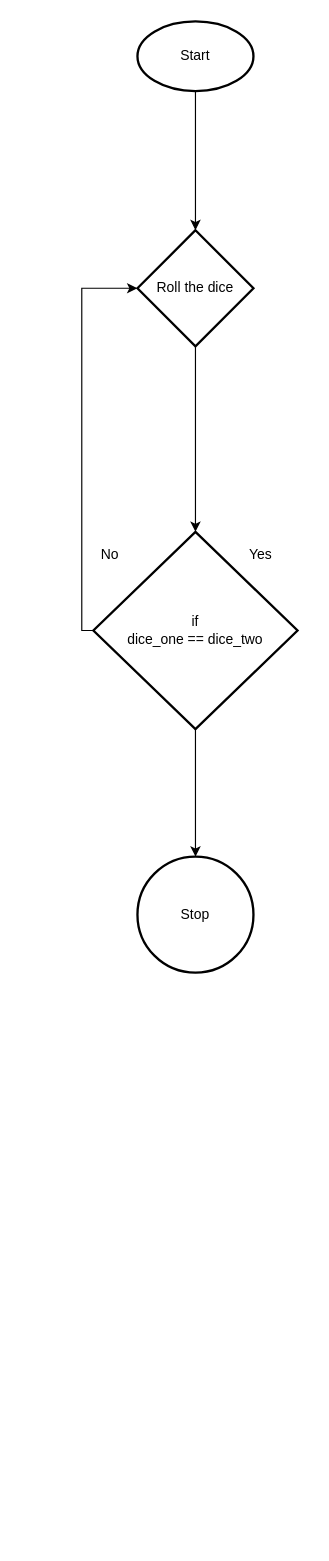
The draw.io diagram Flow-Chart.drawio in huihangisaac-ho/ICS3U-Assignment5-Python, before the edit. Source tidied: cells renumbered, new cells numbered last; positions are measured from the earlier drawing's top-left corner, leaving out a move shared by most shapes. Both pictures are drawn from the tidied source at 116%, with x=0, y=0 at pixel (92, 21).
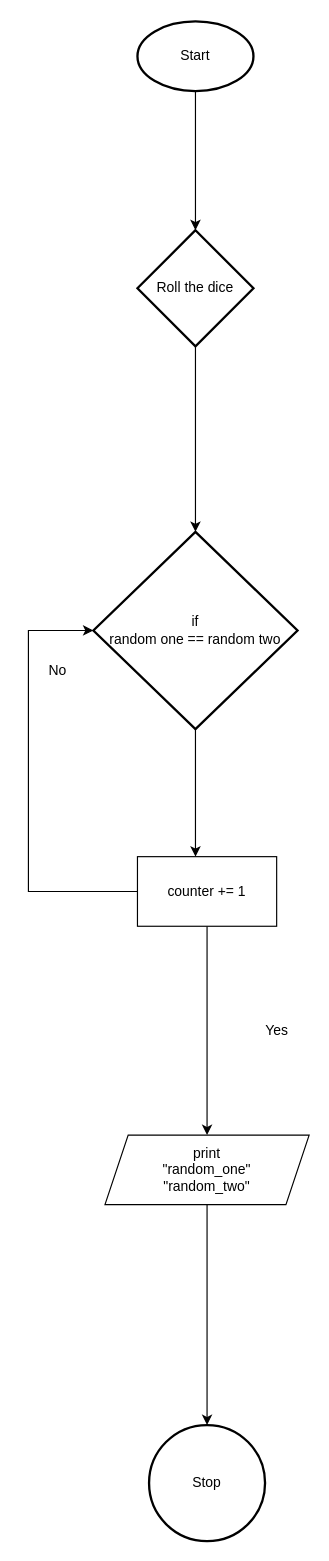
After the change.

Change to the diagram source:
```diff
@@
 <mxGraphModel>
   <root>
     <mxCell id="0" />
     <mxCell id="1" parent="0" />
     <mxCell id="2" style="edgeStyle=orthogonalEdgeStyle;rounded=0;html=1;exitX=0.5;exitY=1;exitDx=0;exitDy=0;exitPerimeter=0;entryX=0.5;entryY=0;entryDx=0;entryDy=0;entryPerimeter=0;" parent="1" edge="1" source="3" target="9">
       <mxGeometry relative="1" as="geometry" />
     </mxCell>
     <mxCell id="3" value="Start" style="strokeWidth=2;html=1;shape=mxgraph.flowchart.start_1;whiteSpace=wrap;" parent="1" vertex="1">
       <mxGeometry x="39" width="100" height="60" as="geometry" />
     </mxCell>
-    <mxCell id="4" style="edgeStyle=none;html=1;exitX=0.5;exitY=1;exitDx=0;exitDy=0;exitPerimeter=0;" parent="1" edge="1" source="6" target="7">
-      <mxGeometry relative="1" as="geometry" />
-    </mxCell>
-    <mxCell id="5" style="edgeStyle=orthogonalEdgeStyle;rounded=0;html=1;exitX=0;exitY=0.5;exitDx=0;exitDy=0;exitPerimeter=0;entryX=0;entryY=0.5;entryDx=0;entryDy=0;entryPerimeter=0;" parent="1" edge="1" source="6" target="9">
-      <mxGeometry relative="1" as="geometry" />
-    </mxCell>
+    <mxCell id="12" style="edgeStyle=none;html=1;exitX=0.5;exitY=1;exitDx=0;exitDy=0;exitPerimeter=0;entryX=0.5;entryY=0;entryDx=0;entryDy=0;" parent="1" edge="1" source="6">
+      <mxGeometry relative="1" as="geometry">
+        <mxPoint x="89" y="720" as="targetPoint" />
+      </mxGeometry>
+    </mxCell>
-    <mxCell id="6" value="if &lt;br&gt;dice_one == dice_two" style="strokeWidth=2;html=1;shape=mxgraph.flowchart.decision;whiteSpace=wrap;" parent="1" vertex="1">
+    <mxCell id="6" value="if&lt;br&gt;random one == random two&lt;br&gt;" style="strokeWidth=2;html=1;shape=mxgraph.flowchart.decision;whiteSpace=wrap;" parent="1" vertex="1">
       <mxGeometry x="1" y="440" width="176" height="170" as="geometry" />
     </mxCell>
     <mxCell id="7" value="Stop" style="strokeWidth=2;html=1;shape=mxgraph.flowchart.start_2;whiteSpace=wrap;" parent="1" vertex="1">
-      <mxGeometry x="39" y="720" width="100" height="100" as="geometry" />
+      <mxGeometry x="49" y="1210" width="100" height="100" as="geometry" />
     </mxCell>
     <mxCell id="8" style="edgeStyle=orthogonalEdgeStyle;rounded=0;html=1;exitX=0.5;exitY=1;exitDx=0;exitDy=0;exitPerimeter=0;entryX=0.5;entryY=0;entryDx=0;entryDy=0;entryPerimeter=0;" parent="1" edge="1" source="9" target="6">
       <mxGeometry relative="1" as="geometry" />
     </mxCell>
     <mxCell id="9" value="Roll the dice" style="strokeWidth=2;html=1;shape=mxgraph.flowchart.decision;whiteSpace=wrap;" parent="1" vertex="1">
       <mxGeometry x="39" y="180" width="100" height="100" as="geometry" />
     </mxCell>
     <mxCell id="10" value="Yes" style="text;html=1;align=center;verticalAlign=middle;strokeColor=none;fillColor=none;" parent="1" vertex="1">
-      <mxGeometry x="125" y="450" width="40" height="20" as="geometry" />
+      <mxGeometry x="139" y="860" width="40" height="20" as="geometry" />
     </mxCell>
     <mxCell id="11" value="No" style="text;html=1;align=center;verticalAlign=middle;strokeColor=none;fillColor=none;" parent="1" vertex="1">
-      <mxGeometry y="450" width="30" height="20" as="geometry" />
+      <mxGeometry x="-45" y="550" width="30" height="20" as="geometry" />
     </mxCell>
+    <mxCell id="13" style="edgeStyle=orthogonalEdgeStyle;rounded=0;html=1;exitX=0.5;exitY=1;exitDx=0;exitDy=0;" parent="1" edge="1" source="15" target="17">
+      <mxGeometry relative="1" as="geometry" />
+    </mxCell>
+    <mxCell id="14" style="edgeStyle=orthogonalEdgeStyle;rounded=0;html=1;exitX=0;exitY=0.5;exitDx=0;exitDy=0;entryX=0;entryY=0.5;entryDx=0;entryDy=0;entryPerimeter=0;" parent="1" edge="1" source="15" target="6">
+      <mxGeometry relative="1" as="geometry">
+        <Array as="points">
+          <mxPoint x="-55" y="750" />
+          <mxPoint x="-55" y="525" />
+        </Array>
+      </mxGeometry>
+    </mxCell>
+    <mxCell id="15" value="counter += 1" style="rounded=0;whiteSpace=wrap;html=1;" parent="1" vertex="1">
+      <mxGeometry x="39" y="720" width="120" height="60" as="geometry" />
+    </mxCell>
+    <mxCell id="16" style="edgeStyle=orthogonalEdgeStyle;rounded=0;html=1;exitX=0.5;exitY=1;exitDx=0;exitDy=0;" parent="1" edge="1" source="17" target="7">
+      <mxGeometry relative="1" as="geometry" />
+    </mxCell>
+    <mxCell id="17" value="print&lt;br&gt;&quot;random_one&quot;&lt;br&gt;&quot;random_two&quot;" style="shape=parallelogram;perimeter=parallelogramPerimeter;whiteSpace=wrap;html=1;fixedSize=1;" parent="1" vertex="1">
+      <mxGeometry x="11" y="960" width="176" height="60" as="geometry" />
+    </mxCell>
   </root>
 </mxGraphModel>
```
